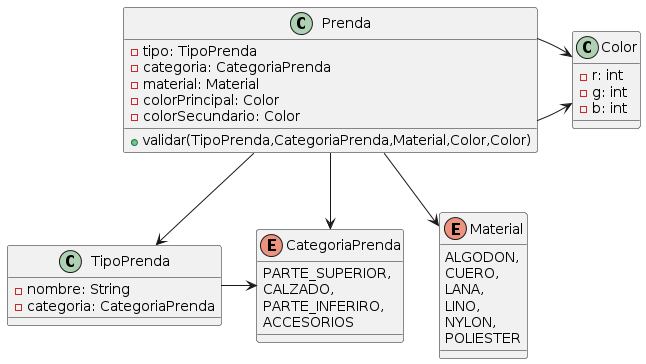
Earlier version of the PlantUML export src/main/resources/DER QMP 1ra iteracion.png (rubinhoemanuel/QMP).
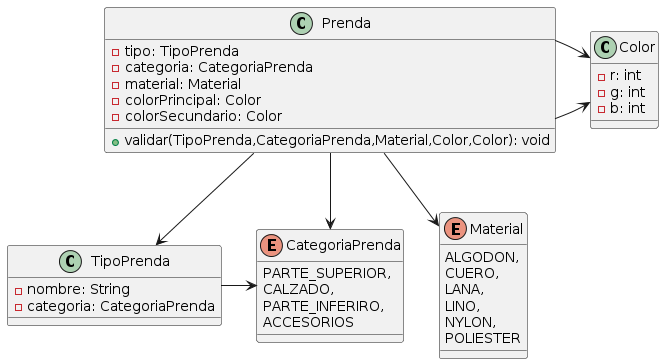
After the commit.

Commit message:
Se agregar validacion en la prenda con excepciones y se cambia DER y test

Diff of the diagram source:
```diff
@@ -35,7 +35,7 @@
   -colorPrincipal: Color
   -colorSecundario: Color
 
-  +validar(TipoPrenda,CategoriaPrenda,Material,Color,Color)
+  +validar(TipoPrenda,CategoriaPrenda,Material,Color,Color): void
 }
 
 Prenda -> TipoPrenda
```
